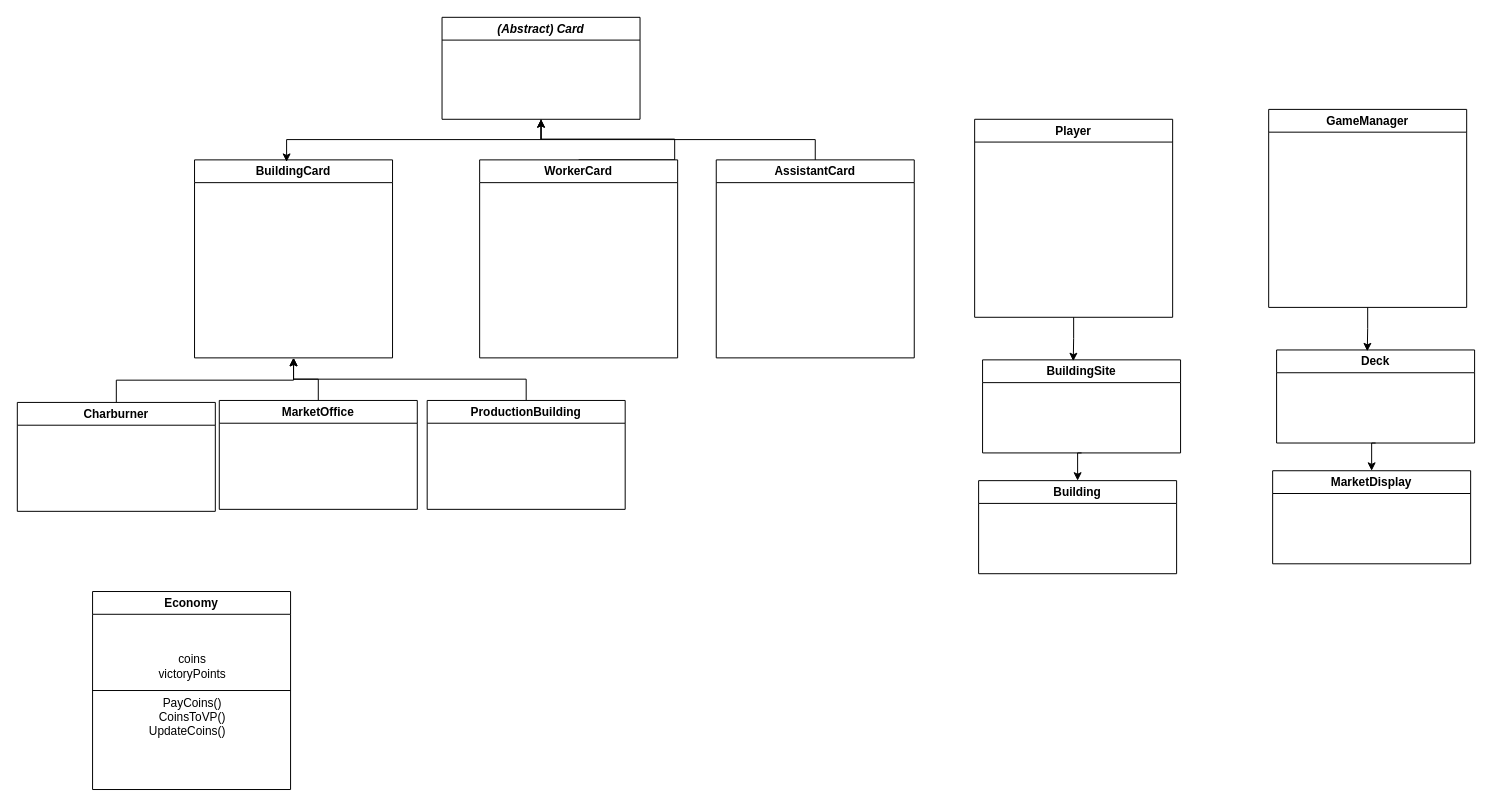
Earlier version of the draw.io diagram omg uml diagram.drawio (jeutn/omg-research-project). Source tidied: cells renumbered, new cells numbered last; positions are measured from the earlier drawing's top-left corner, leaving out a move shared by most shapes. Both pictures are drawn from the tidied source at 99%, with x=0, y=0 at pixel (17, 17).
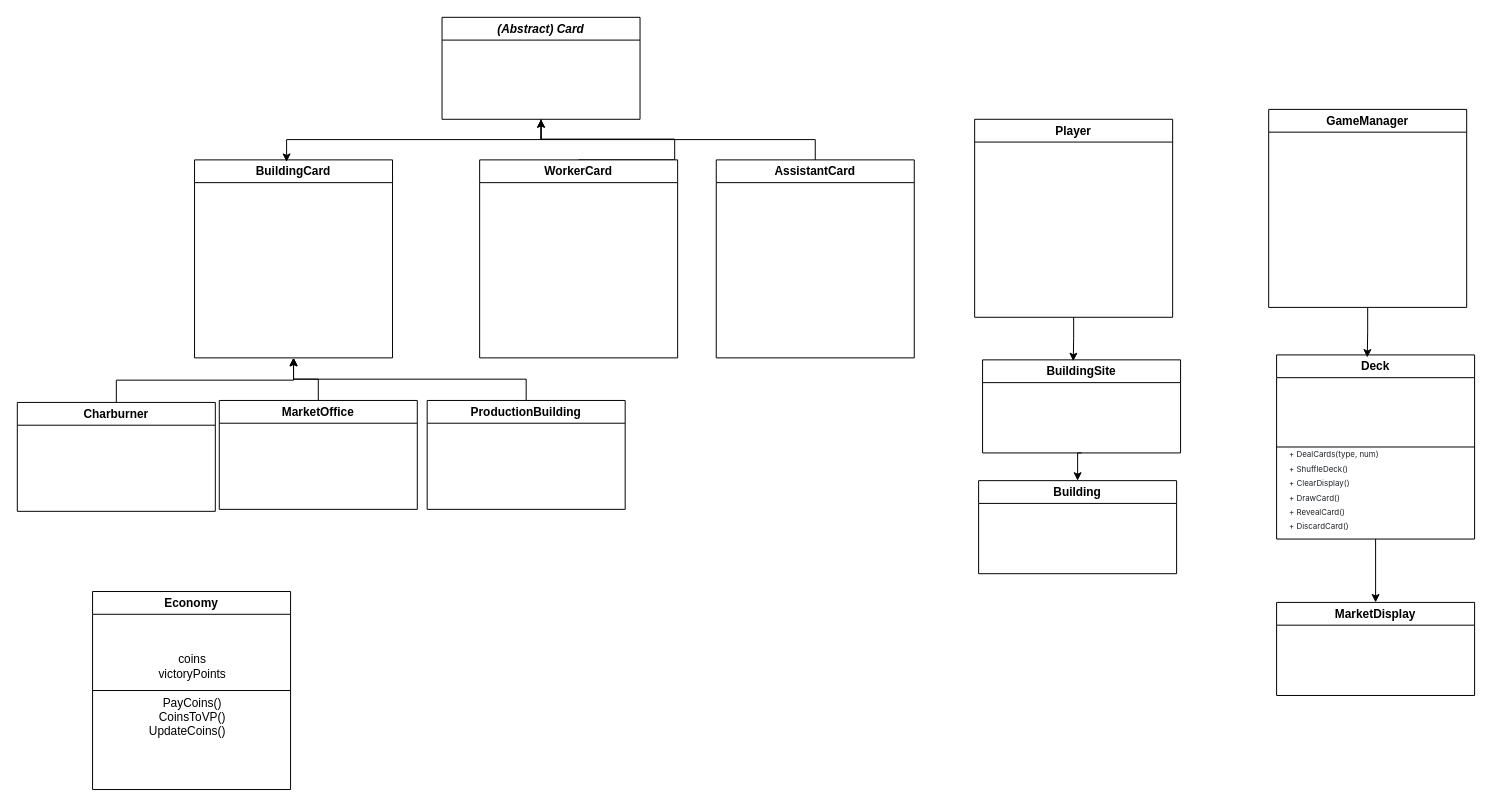
The same diagram, later.

Change to the diagram source:
```diff
@@
     <mxCell id="22" value="Deck" style="swimlane;whiteSpace=wrap;html=1;" parent="1" vertex="1">
-      <mxGeometry x="1272" y="336" width="200" height="94" as="geometry" />
+      <mxGeometry x="1272" y="341" width="200" height="186" as="geometry" />
     </mxCell>
+    <mxCell id="28" value="&lt;span style=&quot;color: rgb(31, 35, 40); font-family: &amp;quot;Mona Sans VF&amp;quot;, -apple-system, &amp;quot;system-ui&amp;quot;, &amp;quot;Segoe UI&amp;quot;, &amp;quot;Noto Sans&amp;quot;, Helvetica, Arial, sans-serif, &amp;quot;Apple Color Emoji&amp;quot;, &amp;quot;Segoe UI Emoji&amp;quot;; font-style: normal; font-variant-ligatures: normal; font-variant-caps: normal; font-weight: 400; letter-spacing: normal; orphans: 2; text-indent: 0px; text-transform: none; widows: 2; word-spacing: 0px; -webkit-text-stroke-width: 0px; white-space: normal; text-decoration-thickness: initial; text-decoration-style: initial; text-decoration-color: initial; float: none; background-color: light-dark(#ffffff, var(--ge-dark-color, #121212)); display: inline !important;&quot;&gt;&lt;font style=&quot;font-size: 8px;&quot;&gt;+ DealCards(type, num)&lt;/font&gt;&lt;/span&gt;&lt;div&gt;&lt;span style=&quot;color: rgb(31, 35, 40); font-family: &amp;quot;Mona Sans VF&amp;quot;, -apple-system, &amp;quot;system-ui&amp;quot;, &amp;quot;Segoe UI&amp;quot;, &amp;quot;Noto Sans&amp;quot;, Helvetica, Arial, sans-serif, &amp;quot;Apple Color Emoji&amp;quot;, &amp;quot;Segoe UI Emoji&amp;quot;; font-style: normal; font-variant-ligatures: normal; font-variant-caps: normal; font-weight: 400; letter-spacing: normal; orphans: 2; text-indent: 0px; text-transform: none; widows: 2; word-spacing: 0px; -webkit-text-stroke-width: 0px; white-space: normal; text-decoration-thickness: initial; text-decoration-style: initial; text-decoration-color: initial; float: none; background-color: light-dark(#ffffff, var(--ge-dark-color, #121212)); display: inline !important;&quot;&gt;&lt;font style=&quot;font-size: 8px;&quot;&gt;+ ShuffleDeck()&lt;/font&gt;&lt;/span&gt;&lt;/div&gt;&lt;div&gt;&lt;span style=&quot;color: rgb(31, 35, 40); font-family: &amp;quot;Mona Sans VF&amp;quot;, -apple-system, &amp;quot;system-ui&amp;quot;, &amp;quot;Segoe UI&amp;quot;, &amp;quot;Noto Sans&amp;quot;, Helvetica, Arial, sans-serif, &amp;quot;Apple Color Emoji&amp;quot;, &amp;quot;Segoe UI Emoji&amp;quot;; font-style: normal; font-variant-ligatures: normal; font-variant-caps: normal; font-weight: 400; letter-spacing: normal; orphans: 2; text-indent: 0px; text-transform: none; widows: 2; word-spacing: 0px; -webkit-text-stroke-width: 0px; white-space: normal; text-decoration-thickness: initial; text-decoration-style: initial; text-decoration-color: initial; float: none; background-color: light-dark(#ffffff, var(--ge-dark-color, #121212)); display: inline !important;&quot;&gt;&lt;font style=&quot;font-size: 8px;&quot;&gt;+ ClearDisplay()&lt;/font&gt;&lt;/span&gt;&lt;/div&gt;&lt;div&gt;&lt;span style=&quot;color: rgb(31, 35, 40); font-family: &amp;quot;Mona Sans VF&amp;quot;, -apple-system, &amp;quot;system-ui&amp;quot;, &amp;quot;Segoe UI&amp;quot;, &amp;quot;Noto Sans&amp;quot;, Helvetica, Arial, sans-serif, &amp;quot;Apple Color Emoji&amp;quot;, &amp;quot;Segoe UI Emoji&amp;quot;; font-style: normal; font-variant-ligatures: normal; font-variant-caps: normal; font-weight: 400; letter-spacing: normal; orphans: 2; text-indent: 0px; text-transform: none; widows: 2; word-spacing: 0px; -webkit-text-stroke-width: 0px; white-space: normal; text-decoration-thickness: initial; text-decoration-style: initial; text-decoration-color: initial; float: none; background-color: light-dark(#ffffff, var(--ge-dark-color, #121212)); display: inline !important;&quot;&gt;&lt;font style=&quot;font-size: 8px;&quot;&gt;+ DrawCard()&lt;/font&gt;&lt;/span&gt;&lt;/div&gt;&lt;div&gt;&lt;span style=&quot;color: rgb(31, 35, 40); font-family: &amp;quot;Mona Sans VF&amp;quot;, -apple-system, &amp;quot;system-ui&amp;quot;, &amp;quot;Segoe UI&amp;quot;, &amp;quot;Noto Sans&amp;quot;, Helvetica, Arial, sans-serif, &amp;quot;Apple Color Emoji&amp;quot;, &amp;quot;Segoe UI Emoji&amp;quot;; font-style: normal; font-variant-ligatures: normal; font-variant-caps: normal; font-weight: 400; letter-spacing: normal; orphans: 2; text-indent: 0px; text-transform: none; widows: 2; word-spacing: 0px; -webkit-text-stroke-width: 0px; white-space: normal; text-decoration-thickness: initial; text-decoration-style: initial; text-decoration-color: initial; float: none; background-color: light-dark(#ffffff, var(--ge-dark-color, #121212)); display: inline !important;&quot;&gt;&lt;font style=&quot;font-size: 8px;&quot;&gt;+ RevealCard()&lt;/font&gt;&lt;/span&gt;&lt;/div&gt;&lt;div&gt;&lt;span style=&quot;color: rgb(31, 35, 40); font-family: &amp;quot;Mona Sans VF&amp;quot;, -apple-system, &amp;quot;system-ui&amp;quot;, &amp;quot;Segoe UI&amp;quot;, &amp;quot;Noto Sans&amp;quot;, Helvetica, Arial, sans-serif, &amp;quot;Apple Color Emoji&amp;quot;, &amp;quot;Segoe UI Emoji&amp;quot;; font-style: normal; font-variant-ligatures: normal; font-variant-caps: normal; font-weight: 400; letter-spacing: normal; orphans: 2; text-indent: 0px; text-transform: none; widows: 2; word-spacing: 0px; -webkit-text-stroke-width: 0px; white-space: normal; text-decoration-thickness: initial; text-decoration-style: initial; text-decoration-color: initial; float: none; background-color: light-dark(#ffffff, var(--ge-dark-color, #121212)); display: inline !important;&quot;&gt;&lt;font style=&quot;font-size: 8px;&quot;&gt;+ DiscardCard()&lt;/font&gt;&lt;/span&gt;&lt;/div&gt;" style="text;html=1;whiteSpace=wrap;strokeColor=none;fillColor=none;align=left;verticalAlign=middle;rounded=0;" parent="22" vertex="1">
+      <mxGeometry x="10.5" y="104" width="163" height="63" as="geometry" />
+    </mxCell>
     <mxCell id="23" value="MarketDisplay" style="swimlane;whiteSpace=wrap;html=1;startSize=23;" parent="1" vertex="1">
-      <mxGeometry x="1268" y="458" width="200" height="94" as="geometry" />
+      <mxGeometry x="1272" y="591" width="200" height="94" as="geometry" />
     </mxCell>
@@
+    <mxCell id="29" style="endArrow=none;html=1;rounded=0;entryX=0;entryY=0.5;entryDx=0;entryDy=0;exitX=1;exitY=0.5;exitDx=0;exitDy=0;" parent="1" edge="1" source="22" target="22">
+      <mxGeometry relative="1" as="geometry" />
+    </mxCell>
```
